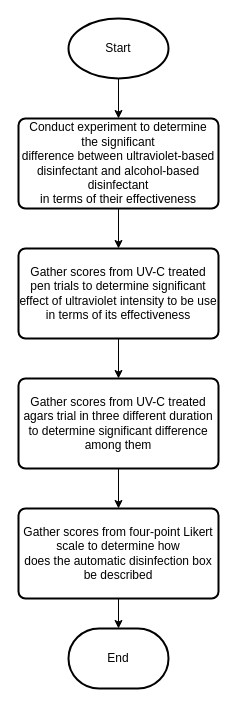
MMSaralde/Computer-Engineering-Practice-and-Design-2 keeps this draw.io diagram as March 3, 2022/Flowcharts/research design flowchart.drawio. Above is the earlier version. Source tidied: cells renumbered, new cells numbered last; positions are measured from the earlier drawing's top-left corner, leaving out a move shared by most shapes. Both pictures are drawn from the tidied source at 100%, with x=0, y=0 at pixel (18, 18).
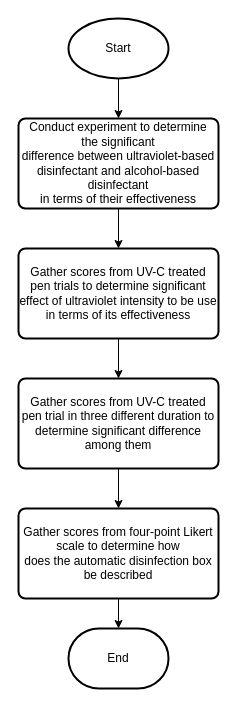
After the change.

What changed in the source:
```diff
@@
 <mxGraphModel>
   <root>
     <mxCell id="0" />
     <mxCell id="1" parent="0" />
     <mxCell id="2" style="edgeStyle=orthogonalEdgeStyle;rounded=0;jettySize=auto;html=1;fontSize=12;" parent="1" edge="1" source="3" target="5">
       <mxGeometry relative="1" as="geometry" />
     </mxCell>
     <mxCell id="3" value="Start" style="strokeWidth=2;html=1;shape=mxgraph.flowchart.start_1;whiteSpace=wrap;align=center;" parent="1" vertex="1">
       <mxGeometry x="50" width="100" height="60" as="geometry" />
     </mxCell>
     <mxCell id="4" style="edgeStyle=orthogonalEdgeStyle;rounded=0;jettySize=auto;html=1;fontSize=12;" parent="1" edge="1" source="5" target="7">
       <mxGeometry relative="1" as="geometry" />
     </mxCell>
     <mxCell id="5" value="&lt;font style=&quot;font-size: 12px;&quot;&gt;Conduct experiment to determine the&amp;nbsp;&lt;span style=&quot;font-family: Arial, sans-serif;&quot; lang=&quot;EN-US&quot;&gt;significant&lt;br&gt;difference between ultraviolet-based disinfectant and alcohol-based disinfectant&lt;br&gt;in terms of their effectiveness&lt;/span&gt;&lt;/font&gt;" style="rounded=1;whiteSpace=wrap;html=1;absoluteArcSize=1;arcSize=14;strokeWidth=2;align=center;" parent="1" vertex="1">
       <mxGeometry y="100" width="200" height="90" as="geometry" />
     </mxCell>
     <mxCell id="6" style="edgeStyle=orthogonalEdgeStyle;rounded=0;jettySize=auto;html=1;fontSize=12;" parent="1" edge="1" source="7" target="9">
       <mxGeometry relative="1" as="geometry" />
     </mxCell>
     <mxCell id="7" value="&lt;font style=&quot;font-size: 12px;&quot;&gt;Gather scores from UV-C treated pen trials to determine&amp;nbsp;&lt;span style=&quot;font-family: Arial, sans-serif;&quot; lang=&quot;EN-US&quot;&gt;significant&lt;br&gt;effect of ultraviolet intensity to be use in terms of its effectiveness&lt;/span&gt;&lt;/font&gt;" style="rounded=1;whiteSpace=wrap;html=1;absoluteArcSize=1;arcSize=14;strokeWidth=2;fontSize=12;align=center;" parent="1" vertex="1">
       <mxGeometry y="230" width="200" height="90" as="geometry" />
     </mxCell>
     <mxCell id="8" style="edgeStyle=orthogonalEdgeStyle;rounded=0;jettySize=auto;html=1;fontSize=12;" parent="1" edge="1" source="9" target="11">
       <mxGeometry relative="1" as="geometry" />
     </mxCell>
-    <mxCell id="9" value="Gather scores from UV-C treated agars trial in three different duration to determine significant difference among them" style="rounded=1;whiteSpace=wrap;html=1;absoluteArcSize=1;arcSize=14;strokeWidth=2;fontSize=12;align=center;" parent="1" vertex="1">
+    <mxCell id="9" value="Gather scores from UV-C treated pen trial in three different duration to determine significant difference among them" style="rounded=1;whiteSpace=wrap;html=1;absoluteArcSize=1;arcSize=14;strokeWidth=2;fontSize=12;align=center;" parent="1" vertex="1">
       <mxGeometry y="360" width="200" height="90" as="geometry" />
     </mxCell>
     <mxCell id="10" style="edgeStyle=orthogonalEdgeStyle;rounded=0;jettySize=auto;html=1;fontSize=12;" parent="1" edge="1" source="11" target="12">
       <mxGeometry relative="1" as="geometry" />
     </mxCell>
     <mxCell id="11" value="Gather scores from four-point Likert scale to determine h&lt;span lang=&quot;EN-US&quot;&gt;ow&lt;br&gt;does the automatic disinfection box be described&lt;/span&gt;" style="rounded=1;whiteSpace=wrap;html=1;absoluteArcSize=1;arcSize=14;strokeWidth=2;fontSize=12;align=center;" parent="1" vertex="1">
       <mxGeometry y="490" width="200" height="90" as="geometry" />
     </mxCell>
     <mxCell id="12" value="End" style="strokeWidth=2;html=1;shape=mxgraph.flowchart.terminator;whiteSpace=wrap;fontSize=12;align=center;" parent="1" vertex="1">
       <mxGeometry x="50" y="610" width="100" height="60" as="geometry" />
     </mxCell>
   </root>
 </mxGraphModel>
```
